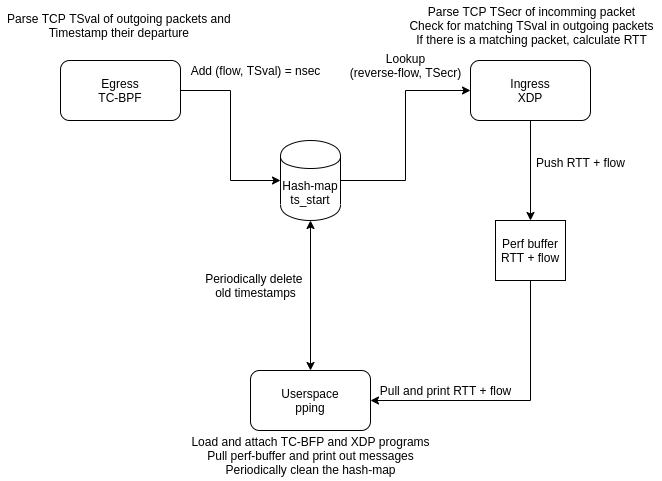
Above: pping/eBPF_pping_design.png in xdp-project/bpf-examples (draw.io), before the change. Source tidied: cells renumbered, new cells last; positions are measured from the earlier drawing's top-left corner, leaving out a move shared by most shapes.
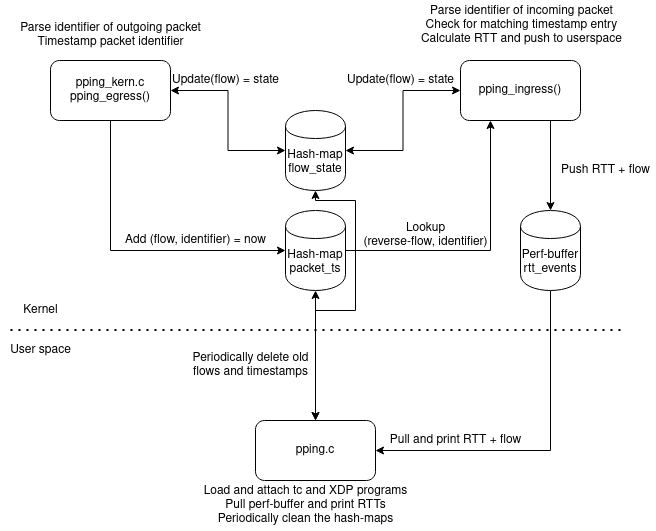
Later version of the same file.

Diff of the diagram source:
```diff
@@ -2,59 +2,96 @@
   <root>
     <mxCell id="0" />
     <mxCell id="1" parent="0" />
-    <mxCell id="2" style="edgeStyle=orthogonalEdgeStyle;rounded=0;jettySize=auto;html=1;exitX=1;exitY=0.5;exitDx=0;exitDy=0;entryX=0;entryY=0.5;entryDx=0;entryDy=0;" parent="1" edge="1" source="3" target="9">
+    <mxCell id="2" style="edgeStyle=orthogonalEdgeStyle;rounded=0;jettySize=auto;html=1;exitX=0.5;exitY=1;exitDx=0;exitDy=0;entryX=0;entryY=0.5;entryDx=0;entryDy=0;" parent="1" edge="1" source="3" target="9">
       <mxGeometry relative="1" as="geometry" />
     </mxCell>
+    <mxCell id="20" style="edgeStyle=orthogonalEdgeStyle;rounded=0;jettySize=auto;html=1;exitX=1;exitY=0.5;exitDx=0;exitDy=0;entryX=0;entryY=0.5;entryDx=0;entryDy=0;startArrow=classic;startFill=1;" parent="1" edge="1" source="3" target="23">
+      <mxGeometry relative="1" as="geometry" />
+    </mxCell>
-    <mxCell id="3" value="Egress&lt;br&gt;TC-BPF" style="rounded=1;whiteSpace=wrap;html=1;" parent="1" vertex="1">
-      <mxGeometry x="60" y="60" width="120" height="60" as="geometry" />
+    <mxCell id="3" value="&lt;div&gt;pping_kern.c&lt;/div&gt;&lt;div&gt;pping_egress()&lt;/div&gt;" style="rounded=1;whiteSpace=wrap;html=1;" parent="1" vertex="1">
+      <mxGeometry x="45" y="-10" width="120" height="60" as="geometry" />
     </mxCell>
-    <mxCell id="4" style="edgeStyle=orthogonalEdgeStyle;rounded=0;jettySize=auto;html=1;exitX=0.5;exitY=1;exitDx=0;exitDy=0;entryX=0.5;entryY=0;entryDx=0;entryDy=0;" parent="1" edge="1" source="5" target="11">
+    <mxCell id="4" style="edgeStyle=orthogonalEdgeStyle;rounded=0;jettySize=auto;html=1;exitX=0.75;exitY=1;exitDx=0;exitDy=0;entryX=0.5;entryY=0;entryDx=0;entryDy=0;" parent="1" edge="1" source="5" target="26">
       <mxGeometry relative="1" as="geometry" />
     </mxCell>
-    <mxCell id="5" value="Ingress&lt;br&gt;XDP" style="rounded=1;whiteSpace=wrap;html=1;" parent="1" vertex="1">
-      <mxGeometry x="470" y="60" width="120" height="60" as="geometry" />
+    <mxCell id="5" value="pping_ingress()" style="rounded=1;whiteSpace=wrap;html=1;" parent="1" vertex="1">
+      <mxGeometry x="455" y="-10" width="120" height="60" as="geometry" />
     </mxCell>
-    <mxCell id="6" style="edgeStyle=orthogonalEdgeStyle;rounded=0;jettySize=auto;html=1;exitX=0.5;exitY=0;exitDx=0;exitDy=0;entryX=0.5;entryY=1;entryDx=0;entryDy=0;startArrow=classic;startFill=1;" parent="1" edge="1" source="7" target="9">
+    <mxCell id="6" style="edgeStyle=orthogonalEdgeStyle;rounded=0;jettySize=auto;html=1;entryX=0.5;entryY=1;entryDx=0;entryDy=0;startArrow=classic;startFill=1;exitX=0.5;exitY=0;exitDx=0;exitDy=0;" parent="1" edge="1" source="7" target="9">
       <mxGeometry relative="1" as="geometry" />
     </mxCell>
+    <mxCell id="21" style="edgeStyle=orthogonalEdgeStyle;rounded=0;jettySize=auto;html=1;startArrow=classic;startFill=1;entryX=0.5;entryY=1;entryDx=0;entryDy=0;exitX=0.5;exitY=0;exitDx=0;exitDy=0;" parent="1" edge="1" source="7" target="23">
+      <mxGeometry relative="1" as="geometry">
+        <Array as="points">
+          <mxPoint x="310" y="240" />
+          <mxPoint x="350" y="240" />
+          <mxPoint x="350" y="130" />
+          <mxPoint x="310" y="130" />
+        </Array>
+      </mxGeometry>
+    </mxCell>
-    <mxCell id="7" value="Userspace&lt;br&gt;pping" style="rounded=1;whiteSpace=wrap;html=1;" parent="1" vertex="1">
-      <mxGeometry x="250" y="370" width="120" height="60" as="geometry" />
+    <mxCell id="7" value="pping.c" style="rounded=1;whiteSpace=wrap;html=1;" parent="1" vertex="1">
+      <mxGeometry x="250" y="350" width="120" height="60" as="geometry" />
     </mxCell>
-    <mxCell id="8" style="edgeStyle=orthogonalEdgeStyle;rounded=0;jettySize=auto;html=1;exitX=1;exitY=0.5;exitDx=0;exitDy=0;entryX=0;entryY=0.5;entryDx=0;entryDy=0;" parent="1" edge="1" source="9" target="5">
+    <mxCell id="8" style="edgeStyle=orthogonalEdgeStyle;rounded=0;jettySize=auto;html=1;exitX=1;exitY=0.5;exitDx=0;exitDy=0;entryX=0.25;entryY=1;entryDx=0;entryDy=0;" parent="1" edge="1" source="9" target="5">
       <mxGeometry relative="1" as="geometry" />
     </mxCell>
-    <mxCell id="9" value="Hash-map&lt;br&gt;ts_start" style="shape=cylinder;whiteSpace=wrap;html=1;boundedLbl=1;backgroundOutline=1;" parent="1" vertex="1">
+    <mxCell id="9" value="Hash-map&lt;br&gt;packet_ts" style="shape=cylinder;whiteSpace=wrap;html=1;boundedLbl=1;backgroundOutline=1;" parent="1" vertex="1">
       <mxGeometry x="280" y="140" width="60" height="80" as="geometry" />
     </mxCell>
-    <mxCell id="10" style="edgeStyle=orthogonalEdgeStyle;rounded=0;jettySize=auto;html=1;exitX=0.5;exitY=1;exitDx=0;exitDy=0;entryX=1;entryY=0.5;entryDx=0;entryDy=0;" parent="1" edge="1" source="11" target="7">
+    <mxCell id="10" style="edgeStyle=orthogonalEdgeStyle;rounded=0;jettySize=auto;html=1;exitX=0.5;exitY=1;exitDx=0;exitDy=0;entryX=1;entryY=0.5;entryDx=0;entryDy=0;" parent="1" edge="1" source="26" target="7">
       <mxGeometry relative="1" as="geometry" />
     </mxCell>
-    <mxCell id="11" value="Perf buffer&lt;br&gt;RTT + flow" style="rounded=0;whiteSpace=wrap;html=1;" parent="1" vertex="1">
-      <mxGeometry x="495" y="220" width="70" height="60" as="geometry" />
-    </mxCell>
-    <mxCell id="12" value="Add (flow, TSval) = nsec" style="text;html=1;align=center;verticalAlign=middle;" parent="1" vertex="1">
-      <mxGeometry x="180" y="60" width="150" height="20" as="geometry" />
+    <mxCell id="12" value="Add (flow, identifier) = now" style="text;html=1;align=center;verticalAlign=middle;" parent="1" vertex="1">
+      <mxGeometry x="110" y="160" width="160" height="20" as="geometry" />
     </mxCell>
-    <mxCell id="13" value="Lookup&lt;br&gt;(reverse-flow, TSecr)" style="text;html=1;align=center;verticalAlign=middle;" parent="1" vertex="1">
-      <mxGeometry x="340" y="50" width="130" height="30" as="geometry" />
+    <mxCell id="13" value="Lookup&lt;br&gt;(reverse-flow, identifier)" style="text;html=1;align=center;verticalAlign=middle;" parent="1" vertex="1">
+      <mxGeometry x="350" y="150" width="140" height="30" as="geometry" />
     </mxCell>
     <mxCell id="14" value="Push RTT + flow" style="text;html=1;align=center;verticalAlign=middle;" parent="1" vertex="1">
-      <mxGeometry x="530" y="152" width="100" height="20" as="geometry" />
+      <mxGeometry x="550" y="90" width="100" height="20" as="geometry" />
     </mxCell>
     <mxCell id="15" value="Pull and print RTT + flow" style="text;html=1;align=center;verticalAlign=middle;" parent="1" vertex="1">
-      <mxGeometry x="370" y="380" width="150" height="20" as="geometry" />
+      <mxGeometry x="375" y="360" width="150" height="20" as="geometry" />
     </mxCell>
-    <mxCell id="16" value="Parse TCP TSval of outgoing packets and &lt;br&gt;Timestamp their departure&amp;nbsp;" style="text;html=1;align=center;verticalAlign=middle;" parent="1" vertex="1">
-      <mxGeometry y="10" width="240" height="30" as="geometry" />
+    <mxCell id="16" value="&lt;div&gt;Parse identifier of outgoing packet &lt;br&gt;&lt;/div&gt;&lt;div&gt;Timestamp packet identifier &lt;br&gt;&lt;/div&gt;" style="text;html=1;align=center;verticalAlign=middle;" parent="1" vertex="1">
+      <mxGeometry x="5" y="-50" width="200" height="30" as="geometry" />
     </mxCell>
-    <mxCell id="17" value="Parse TCP TSecr of incomming packet&lt;br&gt;Check for matching TSval in outgoing packets&lt;br&gt;If there is a matching packet, calculate RTT" style="text;html=1;align=center;verticalAlign=middle;" parent="1" vertex="1">
-      <mxGeometry x="401" width="260" height="50" as="geometry" />
+    <mxCell id="17" value="Parse identifier of incoming packet&lt;br&gt;Check for matching timestamp entry&lt;br&gt;Calculate RTT and push to userspace" style="text;html=1;align=center;verticalAlign=middle;" parent="1" vertex="1">
+      <mxGeometry x="406" y="-70" width="220" height="50" as="geometry" />
     </mxCell>
-    <mxCell id="18" value="Periodically delete &lt;br&gt;old timestamps" style="text;html=1;align=center;verticalAlign=middle;" parent="1" vertex="1">
-      <mxGeometry x="200" y="270" width="110" height="30" as="geometry" />
+    <mxCell id="18" value="&lt;div&gt;Periodically delete old &lt;br&gt;&lt;/div&gt;&lt;div&gt;flows and timestamps&lt;/div&gt;" style="text;html=1;align=center;verticalAlign=middle;" parent="1" vertex="1">
+      <mxGeometry x="180" y="280" width="130" height="30" as="geometry" />
     </mxCell>
-    <mxCell id="19" value="Load and attach TC-BFP and XDP programs&lt;br&gt;Pull perf-buffer and print out messages&lt;br&gt;Periodically clean the hash-map" style="text;html=1;align=center;verticalAlign=middle;" parent="1" vertex="1">
-      <mxGeometry x="185" y="430" width="250" height="50" as="geometry" />
+    <mxCell id="19" value="Load and attach tc and XDP programs&lt;br&gt;Pull perf-buffer and print RTTs&lt;br&gt;Periodically clean the hash-maps" style="text;html=1;align=center;verticalAlign=middle;" parent="1" vertex="1">
+      <mxGeometry x="190" y="410" width="220" height="50" as="geometry" />
     </mxCell>
+    <mxCell id="22" style="edgeStyle=orthogonalEdgeStyle;rounded=0;jettySize=auto;html=1;exitX=1;exitY=0.5;exitDx=0;exitDy=0;entryX=0;entryY=0.5;entryDx=0;entryDy=0;startArrow=classic;startFill=1;" parent="1" edge="1" source="23" target="5">
+      <mxGeometry relative="1" as="geometry" />
+    </mxCell>
+    <mxCell id="23" value="Hash-map&lt;br&gt;flow_state" style="shape=cylinder;whiteSpace=wrap;html=1;boundedLbl=1;backgroundOutline=1;" parent="1" vertex="1">
+      <mxGeometry x="280" y="40" width="60" height="80" as="geometry" />
+    </mxCell>
+    <mxCell id="24" value="Update(flow) = state" style="text;html=1;align=center;verticalAlign=middle;" parent="1" vertex="1">
+      <mxGeometry x="160" width="120" height="20" as="geometry" />
+    </mxCell>
+    <mxCell id="25" value="Update(flow) = state" style="text;html=1;align=center;verticalAlign=middle;" parent="1" vertex="1">
+      <mxGeometry x="335" width="120" height="20" as="geometry" />
+    </mxCell>
+    <mxCell id="26" value="Perf-buffer&lt;br&gt;rtt_events" style="shape=cylinder;whiteSpace=wrap;html=1;boundedLbl=1;backgroundOutline=1;" parent="1" vertex="1">
+      <mxGeometry x="515" y="140" width="60" height="80" as="geometry" />
+    </mxCell>
+    <mxCell id="27" style="endArrow=none;dashed=1;html=1;dashPattern=1 3;strokeWidth=2;" parent="1" edge="1">
+      <mxGeometry relative="1" as="geometry">
+        <mxPoint x="5" y="259.5" as="sourcePoint" />
+        <mxPoint x="615" y="259.5" as="targetPoint" />
+      </mxGeometry>
+    </mxCell>
+    <mxCell id="28" value="Kernel" style="text;html=1;align=center;verticalAlign=middle;" parent="1" vertex="1">
+      <mxGeometry x="10" y="230" width="50" height="20" as="geometry" />
+    </mxCell>
+    <mxCell id="29" value="User space" style="text;html=1;align=center;verticalAlign=middle;" parent="1" vertex="1">
+      <mxGeometry x="-5" y="270" width="80" height="20" as="geometry" />
+    </mxCell>
   </root>
 </mxGraphModel>
```
